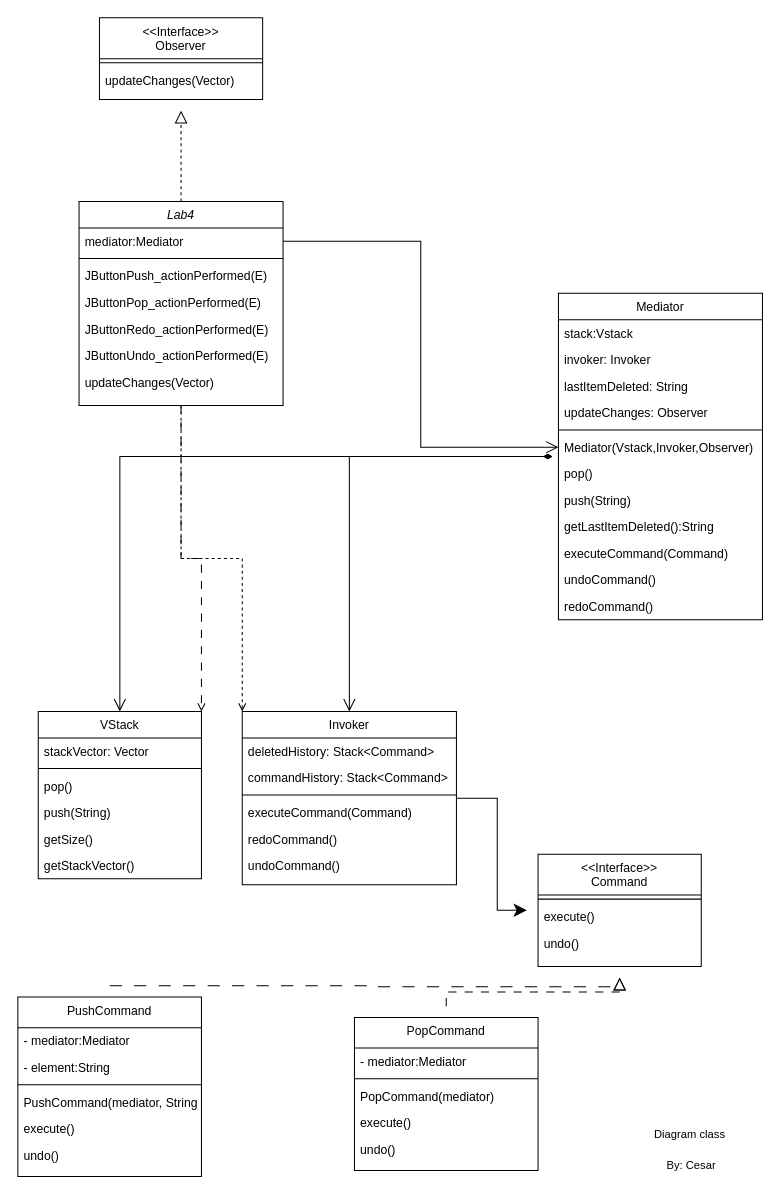
This is labs/day9/Lab5-2/diagram.drawio from cesarwillymc/ads-miu, a draw.io file, before an edit. Source tidied: cells renumbered, new cells numbered last; positions are measured from the earlier drawing's top-left corner, leaving out a move shared by most shapes. Both pictures are drawn from the tidied source at 102%, with x=0, y=0 at pixel (17, 17).
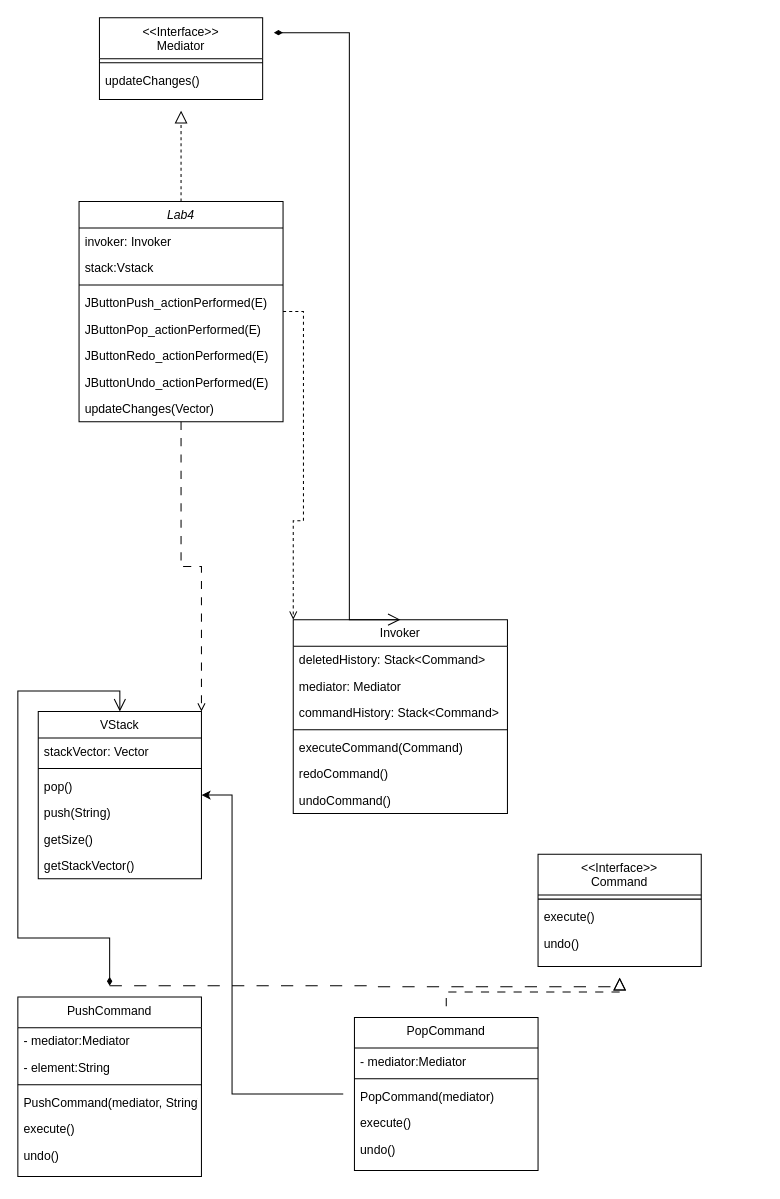
The same diagram, later.

The change refers to these unchanged cells:
```xml
<mxCell id="13" value="&lt;&lt;Interface&gt;&gt;&#10;Command" style="swimlane;fontStyle=0;align=center;verticalAlign=top;horizontal=1;startSize=40;rounded=0;shadow=0;strokeWidth=1;perimeterSpacing=11;" parent="1" vertex="1">
  <mxGeometry x="510" y="820" width="160" height="110" as="geometry" />
</mxCell>
<mxCell id="17" value="VStack&#10;" style="swimlane;fontStyle=0;align=center;verticalAlign=top;horizontal=1;startSize=26;rounded=0;shadow=0;strokeWidth=1;" parent="1" vertex="1">
  <mxGeometry x="20" y="680" width="160" height="164" as="geometry" />
</mxCell>
<mxCell id="33" value="PushCommand" style="swimlane;fontStyle=0;align=center;verticalAlign=top;horizontal=1;startSize=30;rounded=0;shadow=0;strokeWidth=1;perimeterSpacing=11;" parent="1" vertex="1">
  <mxGeometry y="960" width="180" height="176" as="geometry" />
</mxCell>
<mxCell id="41" value="PopCommand" style="swimlane;fontStyle=0;align=center;verticalAlign=top;horizontal=1;startSize=30;rounded=0;shadow=0;strokeWidth=1;perimeterSpacing=11;" parent="1" vertex="1">
  <mxGeometry x="330" y="980" width="180" height="150" as="geometry" />
</mxCell>
```

Diff of the diagram source:
```diff
@@
     <mxCell id="5" value="Lab4" style="swimlane;fontStyle=2;align=center;verticalAlign=top;horizontal=1;startSize=26;rounded=0;shadow=0;strokeWidth=1;" parent="1" vertex="1">
-      <mxGeometry x="60" y="180" width="200" height="200" as="geometry" />
+      <mxGeometry x="60" y="180" width="200" height="216" as="geometry" />
     </mxCell>
-    <mxCell id="6" value="mediator:Mediator" style="text;align=left;verticalAlign=top;spacingLeft=4;spacingRight=4;overflow=hidden;points=[[0,0.5],[1,0.5]];portConstraint=eastwest;" parent="5" vertex="1">
-      <mxGeometry y="26" width="200" height="26" as="geometry" />
-    </mxCell>
+    <mxCell id="53" value="invoker: Invoker" style="text;align=left;verticalAlign=top;spacingLeft=4;spacingRight=4;overflow=hidden;rounded=0;shadow=0;html=0;" parent="5" vertex="1">
+      <mxGeometry y="26" width="200" height="26" as="geometry" />
+    </mxCell>
+    <mxCell id="52" value="stack:Vstack" style="text;align=left;verticalAlign=top;spacingLeft=4;spacingRight=4;overflow=hidden;" parent="5" vertex="1">
+      <mxGeometry y="52" width="200" height="26" as="geometry" />
+    </mxCell>
     <mxCell id="7" style="line;html=1;strokeWidth=1;align=left;verticalAlign=middle;spacingTop=-1;spacingLeft=3;spacingRight=3;labelPosition=right;" parent="5" vertex="1">
-      <mxGeometry y="52" width="200" height="8" as="geometry" />
+      <mxGeometry y="78" width="200" height="8" as="geometry" />
     </mxCell>
     <mxCell id="8" value="JButtonPush_actionPerformed(E)" style="text;align=left;verticalAlign=top;spacingLeft=4;spacingRight=4;overflow=hidden;" parent="5" vertex="1">
-      <mxGeometry y="60" width="200" height="26" as="geometry" />
+      <mxGeometry y="86" width="200" height="26" as="geometry" />
     </mxCell>
     <mxCell id="9" value="JButtonPop_actionPerformed(E)" style="text;align=left;verticalAlign=top;spacingLeft=4;spacingRight=4;overflow=hidden;" parent="5" vertex="1">
-      <mxGeometry y="86" width="200" height="26" as="geometry" />
+      <mxGeometry y="112" width="200" height="26" as="geometry" />
     </mxCell>
     <mxCell id="10" value="JButtonRedo_actionPerformed(E)" style="text;align=left;verticalAlign=top;spacingLeft=4;spacingRight=4;overflow=hidden;" parent="5" vertex="1">
-      <mxGeometry y="112" width="200" height="26" as="geometry" />
+      <mxGeometry y="138" width="200" height="26" as="geometry" />
     </mxCell>
     <mxCell id="11" value="JButtonUndo_actionPerformed(E)" style="text;align=left;verticalAlign=top;spacingLeft=4;spacingRight=4;overflow=hidden;" parent="5" vertex="1">
-      <mxGeometry y="138" width="200" height="26" as="geometry" />
+      <mxGeometry y="164" width="200" height="26" as="geometry" />
     </mxCell>
     <mxCell id="12" value="updateChanges(Vector)" style="text;align=left;verticalAlign=top;spacingLeft=4;spacingRight=4;overflow=hidden;" parent="5" vertex="1">
-      <mxGeometry y="164" width="200" height="26" as="geometry" />
+      <mxGeometry y="190" width="200" height="26" as="geometry" />
     </mxCell>
@@
-    <mxCell id="24" style="edgeStyle=orthogonalEdgeStyle;rounded=0;jettySize=auto;html=1;endSize=10;" parent="1" edge="1" source="25" target="13">
-      <mxGeometry relative="1" as="geometry" />
-    </mxCell>
     <mxCell id="25" value="Invoker" style="swimlane;fontStyle=0;align=center;verticalAlign=top;horizontal=1;startSize=26;rounded=0;shadow=0;strokeWidth=1;" parent="1" vertex="1">
-      <mxGeometry x="220" y="680" width="210" height="170" as="geometry" />
+      <mxGeometry x="270" y="590" width="210" height="190" as="geometry" />
     </mxCell>
@@
+    <mxCell id="55" value="mediator: Mediator" style="text;align=left;verticalAlign=top;spacingLeft=4;spacingRight=4;overflow=hidden;rounded=0;shadow=0;html=0;" parent="25" vertex="1">
+      <mxGeometry y="52" width="210" height="26" as="geometry" />
+    </mxCell>
     <mxCell id="27" value="commandHistory: Stack&lt;Command&gt;" style="text;align=left;verticalAlign=top;spacingLeft=4;spacingRight=4;overflow=hidden;rounded=0;shadow=0;html=0;" parent="25" vertex="1">
-      <mxGeometry y="52" width="210" height="26" as="geometry" />
+      <mxGeometry y="78" width="210" height="26" as="geometry" />
     </mxCell>
     <mxCell id="28" style="line;html=1;strokeWidth=1;align=left;verticalAlign=middle;spacingTop=-1;spacingLeft=3;spacingRight=3;labelPosition=right;" parent="25" vertex="1">
-      <mxGeometry y="78" width="210" height="8" as="geometry" />
+      <mxGeometry y="104" width="210" height="8" as="geometry" />
     </mxCell>
     <mxCell id="29" value="executeCommand(Command)" style="text;align=left;verticalAlign=top;spacingLeft=4;spacingRight=4;overflow=hidden;" parent="25" vertex="1">
-      <mxGeometry y="86" width="210" height="26" as="geometry" />
+      <mxGeometry y="112" width="210" height="26" as="geometry" />
     </mxCell>
     <mxCell id="30" value="redoCommand()" style="text;align=left;verticalAlign=top;spacingLeft=4;spacingRight=4;overflow=hidden;" parent="25" vertex="1">
-      <mxGeometry y="112" width="210" height="26" as="geometry" />
+      <mxGeometry y="138" width="210" height="26" as="geometry" />
     </mxCell>
     <mxCell id="31" value="undoCommand()" style="text;align=left;verticalAlign=top;spacingLeft=4;spacingRight=4;overflow=hidden;" parent="25" vertex="1">
-      <mxGeometry y="138" width="210" height="26" as="geometry" />
+      <mxGeometry y="164" width="210" height="26" as="geometry" />
     </mxCell>
@@
+    <mxCell id="68" style="edgeStyle=orthogonalEdgeStyle;rounded=0;jettySize=auto;html=1;" parent="1" edge="1" source="41" target="17">
+      <mxGeometry relative="1" as="geometry">
+        <Array as="points">
+          <mxPoint x="210" y="1055" />
+          <mxPoint x="210" y="762" />
+        </Array>
+      </mxGeometry>
+    </mxCell>
@@
-    <mxCell id="47" value="Diagram class&amp;nbsp;" style="text;html=1;align=center;verticalAlign=middle;strokeColor=none;fillColor=none;fontSize=11;fontFamily=Helvetica;fontColor=default;" parent="1" vertex="1">
-      <mxGeometry x="610" y="1080" width="100" height="30" as="geometry" />
-    </mxCell>
-    <mxCell id="48" value="By: Cesar" style="text;html=1;align=center;verticalAlign=middle;strokeColor=none;fillColor=none;fontSize=11;fontFamily=Helvetica;fontColor=default;" parent="1" vertex="1">
-      <mxGeometry x="625" y="1110" width="70" height="30" as="geometry" />
-    </mxCell>
-    <mxCell id="49" style="edgeStyle=orthogonalEdgeStyle;rounded=0;jettySize=auto;html=1;entryX=0.5;entryY=0;entryDx=0;entryDy=0;endArrow=open;endFill=0;startArrow=diamondThin;startFill=1;endSize=10;targetPerimeterSpacing=10;sourcePerimeterSpacing=6;" parent="1" edge="1" source="51" target="25">
-      <mxGeometry relative="1" as="geometry" />
+    <mxCell id="49" style="edgeStyle=orthogonalEdgeStyle;rounded=0;jettySize=auto;html=1;entryX=0.5;entryY=0;entryDx=0;entryDy=0;endArrow=open;endFill=0;startArrow=diamondThin;startFill=1;endSize=10;targetPerimeterSpacing=10;sourcePerimeterSpacing=6;exitX=1;exitY=0.25;exitDx=0;exitDy=0;" parent="1" edge="1" source="64" target="25">
+      <mxGeometry relative="1" as="geometry">
+        <Array as="points">
+          <mxPoint x="325" y="14" />
+        </Array>
+      </mxGeometry>
     </mxCell>
-    <mxCell id="50" style="edgeStyle=orthogonalEdgeStyle;rounded=0;jettySize=auto;html=1;entryX=0.5;entryY=0;entryDx=0;entryDy=0;startArrow=diamondThin;startFill=1;endArrow=open;endFill=0;targetPerimeterSpacing=10;endSize=10;sourcePerimeterSpacing=6;" parent="1" edge="1" source="51" target="17">
+    <mxCell id="50" style="edgeStyle=orthogonalEdgeStyle;rounded=0;jettySize=auto;html=1;entryX=0.5;entryY=0;entryDx=0;entryDy=0;startArrow=diamondThin;startFill=1;endArrow=open;endFill=0;targetPerimeterSpacing=10;endSize=10;sourcePerimeterSpacing=6;exitX=0.5;exitY=0;exitDx=0;exitDy=0;" parent="1" edge="1" source="33" target="17">
       <mxGeometry relative="1" as="geometry" />
     </mxCell>
-    <mxCell id="51" value="Mediator" style="swimlane;fontStyle=0;align=center;verticalAlign=top;horizontal=1;startSize=26;rounded=0;shadow=0;strokeWidth=1;" parent="1" vertex="1">
-      <mxGeometry x="530" y="270" width="200" height="320" as="geometry" />
-    </mxCell>
-    <mxCell id="52" value="stack:Vstack" style="text;align=left;verticalAlign=top;spacingLeft=4;spacingRight=4;overflow=hidden;" parent="51" vertex="1">
-      <mxGeometry y="26" width="200" height="26" as="geometry" />
-    </mxCell>
-    <mxCell id="53" value="invoker: Invoker" style="text;align=left;verticalAlign=top;spacingLeft=4;spacingRight=4;overflow=hidden;rounded=0;shadow=0;html=0;" parent="51" vertex="1">
-      <mxGeometry y="52" width="200" height="26" as="geometry" />
-    </mxCell>
-    <mxCell id="54" value="lastItemDeleted: String" style="text;align=left;verticalAlign=top;spacingLeft=4;spacingRight=4;overflow=hidden;rounded=0;shadow=0;html=0;" parent="51" vertex="1">
-      <mxGeometry y="78" width="200" height="26" as="geometry" />
-    </mxCell>
-    <mxCell id="55" value="updateChanges: Observer" style="text;align=left;verticalAlign=top;spacingLeft=4;spacingRight=4;overflow=hidden;rounded=0;shadow=0;html=0;" parent="51" vertex="1">
-      <mxGeometry y="104" width="200" height="26" as="geometry" />
-    </mxCell>
-    <mxCell id="56" style="line;html=1;strokeWidth=1;align=left;verticalAlign=middle;spacingTop=-1;spacingLeft=3;spacingRight=3;labelPosition=right;" parent="51" vertex="1">
-      <mxGeometry y="130" width="200" height="8" as="geometry" />
-    </mxCell>
-    <mxCell id="57" value="Mediator(Vstack,Invoker,Observer)" style="text;align=left;verticalAlign=top;spacingLeft=4;spacingRight=4;overflow=hidden;points=[[0,0.5],[1,0.5]];portConstraint=eastwest;" parent="51" vertex="1">
-      <mxGeometry y="138" width="200" height="26" as="geometry" />
-    </mxCell>
-    <mxCell id="58" value="pop()" style="text;align=left;verticalAlign=top;spacingLeft=4;spacingRight=4;overflow=hidden;" parent="51" vertex="1">
-      <mxGeometry y="164" width="200" height="26" as="geometry" />
-    </mxCell>
-    <mxCell id="59" value="push(String)" style="text;align=left;verticalAlign=top;spacingLeft=4;spacingRight=4;overflow=hidden;" parent="51" vertex="1">
-      <mxGeometry y="190" width="200" height="26" as="geometry" />
-    </mxCell>
-    <mxCell id="60" value="getLastItemDeleted():String" style="text;align=left;verticalAlign=top;spacingLeft=4;spacingRight=4;overflow=hidden;" parent="51" vertex="1">
-      <mxGeometry y="216" width="200" height="26" as="geometry" />
-    </mxCell>
-    <mxCell id="61" value="executeCommand(Command)" style="text;align=left;verticalAlign=top;spacingLeft=4;spacingRight=4;overflow=hidden;" parent="51" vertex="1">
-      <mxGeometry y="242" width="200" height="26" as="geometry" />
-    </mxCell>
-    <mxCell id="62" value="undoCommand()" style="text;align=left;verticalAlign=top;spacingLeft=4;spacingRight=4;overflow=hidden;" parent="51" vertex="1">
-      <mxGeometry y="268" width="200" height="26" as="geometry" />
-    </mxCell>
-    <mxCell id="63" value="redoCommand()" style="text;align=left;verticalAlign=top;spacingLeft=4;spacingRight=4;overflow=hidden;" parent="51" vertex="1">
-      <mxGeometry y="294" width="200" height="26" as="geometry" />
-    </mxCell>
-    <mxCell id="64" value="&lt;&lt;Interface&gt;&gt;&#10;Observer" style="swimlane;fontStyle=0;align=center;verticalAlign=top;horizontal=1;startSize=40;rounded=0;shadow=0;strokeWidth=1;perimeterSpacing=11;" parent="1" vertex="1">
+    <mxCell id="64" value="&lt;&lt;Interface&gt;&gt;&#10;Mediator" style="swimlane;fontStyle=0;align=center;verticalAlign=top;horizontal=1;startSize=40;rounded=0;shadow=0;strokeWidth=1;perimeterSpacing=11;" parent="1" vertex="1">
       <mxGeometry x="80" width="160" height="80" as="geometry" />
     </mxCell>
@@
-    <mxCell id="66" value="updateChanges(Vector)" style="text;align=left;verticalAlign=top;spacingLeft=4;spacingRight=4;overflow=hidden;fontStyle=0;" parent="64" vertex="1">
+    <mxCell id="66" value="updateChanges()" style="text;align=left;verticalAlign=top;spacingLeft=4;spacingRight=4;overflow=hidden;fontStyle=0;" parent="64" vertex="1">
       <mxGeometry y="48" width="160" height="26" as="geometry" />
     </mxCell>
-    <mxCell id="67" style="edgeStyle=orthogonalEdgeStyle;rounded=0;jettySize=auto;html=1;entryX=0;entryY=0.5;entryDx=0;entryDy=0;endArrow=open;endFill=0;endSize=10;" parent="1" edge="1" source="6" target="57">
-      <mxGeometry relative="1" as="geometry" />
-    </mxCell>
```
